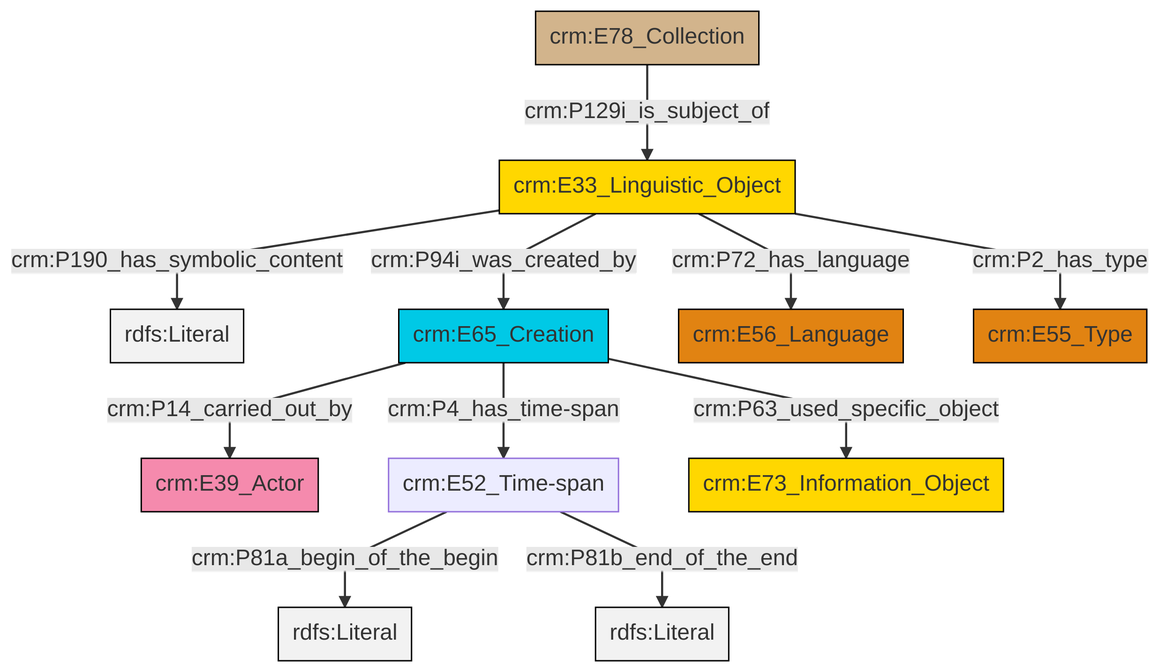
swiss-art-research-net/docs.swissartresearch keeps this Mermaid diagram as et/archivalCSV/ttl/mmd/png/archival_desc.png. Above is the earlier version. Its source is kept beside it as et/archivalCSV/ttl/mmd/archival_desc.ttl.mmd.
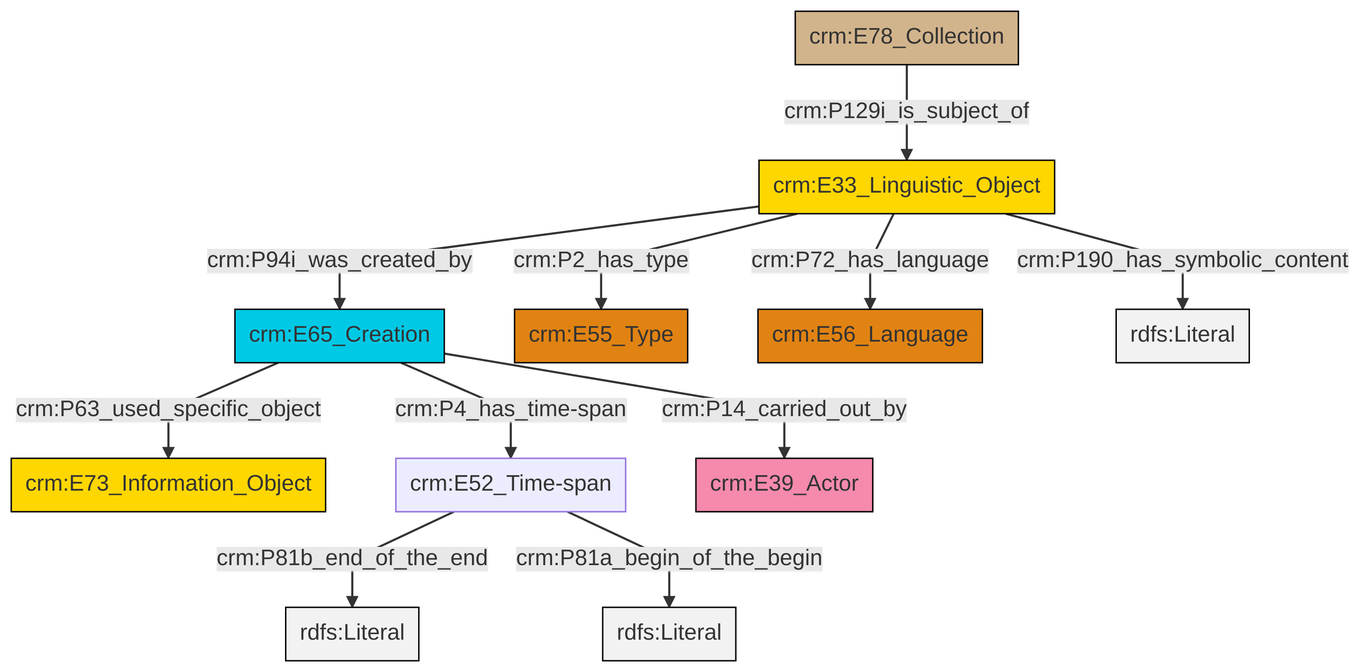
Above is the later version.

The edit, as a diff of the source:
```diff
@@ -13,13 +13,13 @@
 classDef PC_Classes fill:#4ce600, stroke:#000000;
 classDef Multi fill:#cccccc,stroke:#000000;
 
-2["crm:E52_Time-span"]:::Default -->|crm:P81a_begin_of_the_begin| 3[rdfs:Literal]:::Literal
-4["crm:E33_Linguistic_Object"]:::Conceptual_Object -->|crm:P190_has_symbolic_content| 5[rdfs:Literal]:::Literal
-8["crm:E65_Creation"]:::Temporal_Entity -->|crm:P63_used_specific_object| 9["crm:E73_Information_Object"]:::Conceptual_Object
-4["crm:E33_Linguistic_Object"]:::Conceptual_Object -->|crm:P94i_was_created_by| 8["crm:E65_Creation"]:::Temporal_Entity
-6["crm:E78_Collection"]:::Physical_Thing -->|crm:P129i_is_subject_of| 4["crm:E33_Linguistic_Object"]:::Conceptual_Object
-8["crm:E65_Creation"]:::Temporal_Entity -->|crm:P14_carried_out_by| 0["crm:E39_Actor"]:::Actor
-4["crm:E33_Linguistic_Object"]:::Conceptual_Object -->|crm:P72_has_language| 10["crm:E56_Language"]:::Type
-4["crm:E33_Linguistic_Object"]:::Conceptual_Object -->|crm:P2_has_type| 16["crm:E55_Type"]:::Type
-8["crm:E65_Creation"]:::Temporal_Entity -->|crm:P4_has_time-span| 2["crm:E52_Time-span"]:::Default
-2["crm:E52_Time-span"]:::Default -->|crm:P81b_end_of_the_end| 18[rdfs:Literal]:::Literal
+0["crm:E65_Creation"]:::Temporal_Entity -->|crm:P63_used_specific_object| 1["crm:E73_Information_Object"]:::Conceptual_Object
+2["crm:E33_Linguistic_Object"]:::Conceptual_Object -->|crm:P94i_was_created_by| 0["crm:E65_Creation"]:::Temporal_Entity
+0["crm:E65_Creation"]:::Temporal_Entity -->|crm:P4_has_time-span| 3["crm:E52_Time-span"]:::Default
+5["crm:E78_Collection"]:::Physical_Thing -->|crm:P129i_is_subject_of| 2["crm:E33_Linguistic_Object"]:::Conceptual_Object
+2["crm:E33_Linguistic_Object"]:::Conceptual_Object -->|crm:P2_has_type| 6["crm:E55_Type"]:::Type
+2["crm:E33_Linguistic_Object"]:::Conceptual_Object -->|crm:P190_has_symbolic_content| 12[rdfs:Literal]:::Literal
+0["crm:E65_Creation"]:::Temporal_Entity -->|crm:P14_carried_out_by| 7["crm:E39_Actor"]:::Actor
+3["crm:E52_Time-span"]:::Default -->|crm:P81b_end_of_the_end| 14[rdfs:Literal]:::Literal
+2["crm:E33_Linguistic_Object"]:::Conceptual_Object -->|crm:P72_has_language| 10["crm:E56_Language"]:::Type
+3["crm:E52_Time-span"]:::Default -->|crm:P81a_begin_of_the_begin| 17[rdfs:Literal]:::Literal
```
